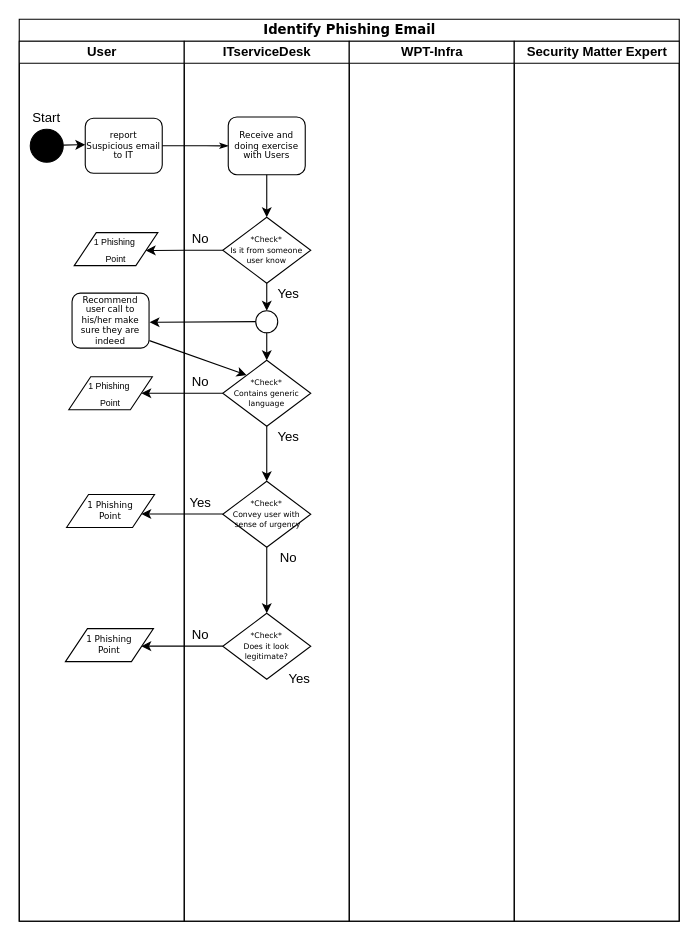
Earlier version of the draw.io diagram Untitled Diagram.drawio (psukasame/sukasamecloud). Source tidied: cells renumbered, new cells numbered last; positions are measured from the earlier drawing's top-left corner, leaving out a move shared by most shapes. Both pictures are drawn from the tidied source at 110%, with x=0, y=0 at pixel (19, 19).
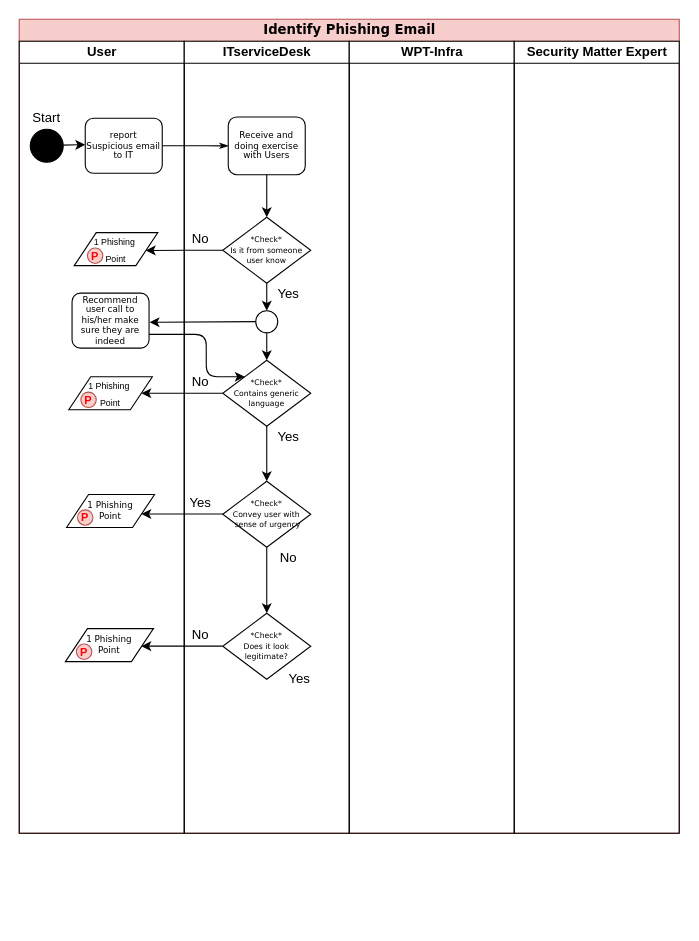
The same diagram, later.

The change refers to these unchanged cells:
```xml
<mxCell id="11" value="Recommend user call to his/her make sure they are indeed" style="rounded=1;whiteSpace=wrap;html=1;shadow=0;labelBackgroundColor=none;strokeWidth=1;fontFamily=Verdana;fontSize=8;align=center;" parent="3" vertex="1">
  <mxGeometry x="48" y="229" width="70" height="50" as="geometry" />
</mxCell>
<mxCell id="21" value="&lt;span style=&quot;font-size: 7px&quot;&gt;*Check*&lt;br&gt;Contains generic language&lt;br&gt;&lt;/span&gt;" style="rhombus;whiteSpace=wrap;html=1;rounded=0;shadow=0;labelBackgroundColor=none;strokeWidth=1;fontFamily=Verdana;fontSize=8;align=center;" parent="14" vertex="1">
  <mxGeometry x="35" y="290" width="80" height="60" as="geometry" />
</mxCell>
```

Diff of the diagram source:
```diff
@@
-    <mxCell id="2" value="&lt;font style=&quot;font-size: 12px&quot;&gt;Identify Phishing Email&lt;/font&gt;" style="swimlane;html=1;startSize=20;rounded=0;shadow=0;labelBackgroundColor=none;strokeWidth=1;fontFamily=Verdana;fontSize=8;align=center;" parent="1" vertex="1">
-      <mxGeometry width="600" height="820" as="geometry" />
+    <mxCell id="2" value="&lt;font style=&quot;font-size: 12px&quot;&gt;Identify Phishing Email&lt;/font&gt;" style="swimlane;html=1;startSize=20;rounded=0;shadow=0;labelBackgroundColor=none;strokeWidth=1;fontFamily=Verdana;fontSize=8;align=center;fillColor=#f8cecc;strokeColor=#b85450;" parent="1" vertex="1">
+      <mxGeometry width="600" height="740" as="geometry" />
     </mxCell>
     <mxCell id="3" value="User" style="swimlane;html=1;startSize=20;" parent="2" vertex="1">
-      <mxGeometry y="20" width="150" height="800" as="geometry" />
+      <mxGeometry y="20" width="150" height="720" as="geometry" />
     </mxCell>
@@
+    <mxCell id="42" value="&lt;font style=&quot;font-size: 10px&quot; color=&quot;#ff0000&quot;&gt;&lt;b&gt;P&lt;/b&gt;&lt;/font&gt;" style="ellipse;whiteSpace=wrap;html=1;fillColor=#f8cecc;strokeColor=#b85450;" parent="3" vertex="1">
+      <mxGeometry x="62" y="188" width="14" height="14" as="geometry" />
+    </mxCell>
+    <mxCell id="43" value="&lt;font style=&quot;font-size: 10px&quot; color=&quot;#ff0000&quot;&gt;&lt;b&gt;P&lt;/b&gt;&lt;/font&gt;" style="ellipse;whiteSpace=wrap;html=1;fillColor=#f8cecc;strokeColor=#b85450;" parent="3" vertex="1">
+      <mxGeometry x="56" y="319" width="14" height="14" as="geometry" />
+    </mxCell>
+    <mxCell id="44" value="&lt;font style=&quot;font-size: 10px&quot; color=&quot;#ff0000&quot;&gt;&lt;b&gt;P&lt;/b&gt;&lt;/font&gt;" style="ellipse;whiteSpace=wrap;html=1;fillColor=#f8cecc;strokeColor=#b85450;" parent="3" vertex="1">
+      <mxGeometry x="53" y="426" width="14" height="14" as="geometry" />
+    </mxCell>
+    <mxCell id="45" value="&lt;font style=&quot;font-size: 10px&quot; color=&quot;#ff0000&quot;&gt;&lt;b&gt;P&lt;/b&gt;&lt;/font&gt;" style="ellipse;whiteSpace=wrap;html=1;fillColor=#f8cecc;strokeColor=#b85450;" parent="3" vertex="1">
+      <mxGeometry x="52" y="548" width="14" height="14" as="geometry" />
+    </mxCell>
@@
     <mxCell id="14" value="ITserviceDesk" style="swimlane;html=1;startSize=20;" parent="2" vertex="1">
-      <mxGeometry x="150" y="20" width="150" height="800" as="geometry" />
+      <mxGeometry x="150" y="20" width="150" height="720" as="geometry" />
     </mxCell>
@@
     <mxCell id="38" value="WPT-Infra" style="swimlane;html=1;startSize=20;" parent="2" vertex="1">
-      <mxGeometry x="300" y="20" width="150" height="800" as="geometry" />
+      <mxGeometry x="300" y="20" width="150" height="720" as="geometry" />
     </mxCell>
@@
+    <mxCell id="41" value="Security Matter Expert" style="swimlane;html=1;startSize=20;" parent="2" vertex="1">
+      <mxGeometry x="450" y="20" width="150" height="720" as="geometry" />
+    </mxCell>
-    <mxCell id="40" style="endArrow=classic;html=1;entryX=0.271;entryY=0.226;entryDx=0;entryDy=0;entryPerimeter=0;exitX=1.005;exitY=0.863;exitDx=0;exitDy=0;exitPerimeter=0;" parent="2" edge="1" source="11" target="21">
-      <mxGeometry relative="1" as="geometry" />
+    <mxCell id="40" style="edgeStyle=elbowEdgeStyle;elbow=horizontal;endArrow=classic;html=1;exitX=1;exitY=0.75;exitDx=0;exitDy=0;entryX=0;entryY=0;entryDx=0;entryDy=0;" parent="2" edge="1" source="11" target="21">
+      <mxGeometry relative="1" as="geometry">
+        <Array as="points">
+          <mxPoint x="170" y="310" />
+        </Array>
+      </mxGeometry>
     </mxCell>
-    <mxCell id="41" value="Security Matter Expert" style="swimlane;html=1;startSize=20;" parent="2" vertex="1">
-      <mxGeometry x="450" y="20" width="150" height="800" as="geometry" />
-    </mxCell>
```
